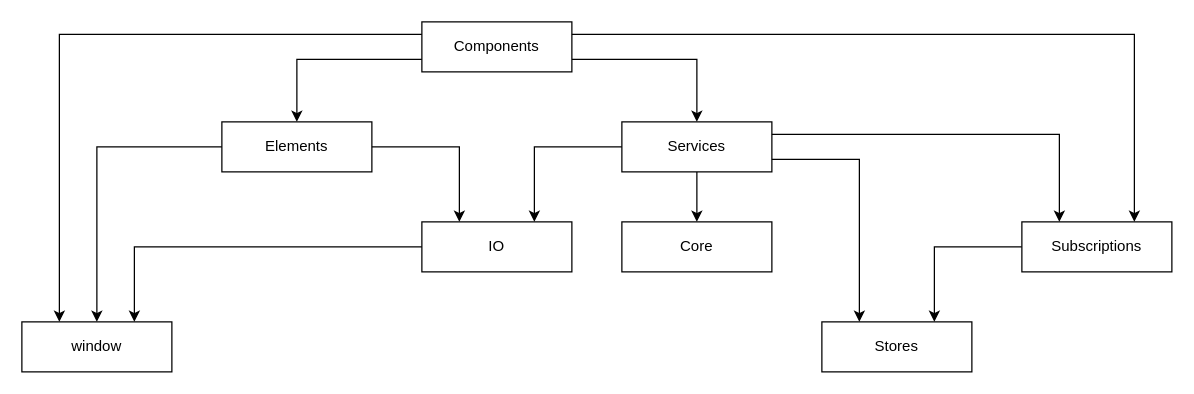
Earlier version of the draw.io diagram docs/architecture.drawio (mattriley/agile-avatars). Source tidied: cells renumbered, new cells numbered last; positions are measured from the earlier drawing's top-left corner, leaving out a move shared by most shapes. Both pictures are drawn from the tidied source at 125%, with x=0, y=0 at pixel (21, 21).
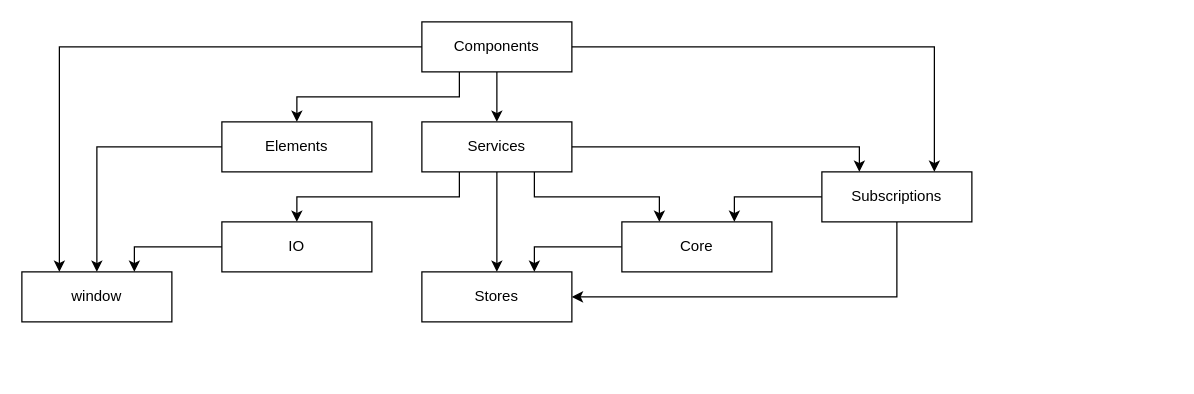
The same diagram, later.

Commit message (it also covers changes not shown here):
change diagram to reflect removal of dependency between elements and io

What changed in the source:
```diff
@@
-    <mxCell id="2" style="group;" parent="1" vertex="1">
-      <mxGeometry width="920" height="280" as="geometry" />
-    </mxCell>
-    <mxCell id="3" value="Services" style="rounded=0;whiteSpace=wrap;html=1;" parent="2" vertex="1">
-      <mxGeometry x="480" y="80" width="120" height="40" as="geometry" />
+    <mxCell id="3" value="Services" style="rounded=0;whiteSpace=wrap;html=1;" parent="1" vertex="1">
+      <mxGeometry x="320" y="80" width="120" height="40" as="geometry" />
     </mxCell>
-    <mxCell id="4" style="edgeStyle=orthogonalEdgeStyle;rounded=0;jettySize=auto;html=1;exitX=1;exitY=0.75;exitDx=0;exitDy=0;entryX=0.5;entryY=0;entryDx=0;entryDy=0;" parent="2" edge="1" source="5" target="3">
+    <mxCell id="4" style="edgeStyle=orthogonalEdgeStyle;rounded=0;jettySize=auto;html=1;exitX=0.5;exitY=1;exitDx=0;exitDy=0;entryX=0.5;entryY=0;entryDx=0;entryDy=0;" parent="1" edge="1" source="5" target="3">
       <mxGeometry relative="1" as="geometry" />
     </mxCell>
-    <mxCell id="5" value="Components" style="rounded=0;whiteSpace=wrap;html=1;" parent="2" vertex="1">
+    <mxCell id="5" value="Components" style="rounded=0;whiteSpace=wrap;html=1;" parent="1" vertex="1">
       <mxGeometry x="320" width="120" height="40" as="geometry" />
     </mxCell>
-    <mxCell id="6" value="Elements" style="rounded=0;whiteSpace=wrap;html=1;" parent="2" vertex="1">
+    <mxCell id="6" value="Elements" style="rounded=0;whiteSpace=wrap;html=1;" parent="1" vertex="1">
       <mxGeometry x="160" y="80" width="120" height="40" as="geometry" />
     </mxCell>
-    <mxCell id="7" style="edgeStyle=orthogonalEdgeStyle;rounded=0;jettySize=auto;html=1;exitX=0;exitY=0.75;exitDx=0;exitDy=0;entryX=0.5;entryY=0;entryDx=0;entryDy=0;" parent="2" edge="1" source="5" target="6">
+    <mxCell id="7" style="edgeStyle=orthogonalEdgeStyle;rounded=0;jettySize=auto;html=1;exitX=0.25;exitY=1;exitDx=0;exitDy=0;entryX=0.5;entryY=0;entryDx=0;entryDy=0;" parent="1" edge="1" source="5" target="6">
       <mxGeometry relative="1" as="geometry" />
     </mxCell>
-    <mxCell id="8" value="Stores" style="rounded=0;whiteSpace=wrap;html=1;" parent="2" vertex="1">
-      <mxGeometry x="640" y="240" width="120" height="40" as="geometry" />
+    <mxCell id="8" value="Stores" style="rounded=0;whiteSpace=wrap;html=1;" parent="1" vertex="1">
+      <mxGeometry x="320" y="200" width="120" height="40" as="geometry" />
     </mxCell>
-    <mxCell id="9" style="edgeStyle=orthogonalEdgeStyle;rounded=0;jettySize=auto;html=1;exitX=1;exitY=0.75;exitDx=0;exitDy=0;entryX=0.25;entryY=0;entryDx=0;entryDy=0;" parent="2" edge="1" source="3" target="8">
+    <mxCell id="9" style="edgeStyle=orthogonalEdgeStyle;rounded=0;jettySize=auto;html=1;exitX=0.5;exitY=1;exitDx=0;exitDy=0;entryX=0.5;entryY=0;entryDx=0;entryDy=0;" parent="1" edge="1" source="3" target="8">
       <mxGeometry relative="1" as="geometry" />
     </mxCell>
-    <mxCell id="10" style="edgeStyle=orthogonalEdgeStyle;rounded=0;jettySize=auto;html=1;entryX=0.75;entryY=0;entryDx=0;entryDy=0;" parent="2" edge="1" source="11" target="8">
+    <mxCell id="10" style="edgeStyle=orthogonalEdgeStyle;rounded=0;jettySize=auto;html=1;entryX=0.75;entryY=0;entryDx=0;entryDy=0;" parent="1" edge="1" source="14" target="8">
       <mxGeometry relative="1" as="geometry" />
     </mxCell>
+    <mxCell id="23" style="edgeStyle=orthogonalEdgeStyle;rounded=0;jettySize=auto;html=1;exitX=0.5;exitY=1;exitDx=0;exitDy=0;entryX=1;entryY=0.5;entryDx=0;entryDy=0;" parent="1" edge="1" source="11" target="8">
+      <mxGeometry relative="1" as="geometry" />
+    </mxCell>
-    <mxCell id="11" value="Subscriptions" style="rounded=0;whiteSpace=wrap;html=1;" parent="2" vertex="1">
-      <mxGeometry x="800" y="160" width="120" height="40" as="geometry" />
+    <mxCell id="11" value="Subscriptions" style="rounded=0;whiteSpace=wrap;html=1;" parent="1" vertex="1">
+      <mxGeometry x="640" y="120" width="120" height="40" as="geometry" />
     </mxCell>
-    <mxCell id="12" style="edgeStyle=orthogonalEdgeStyle;rounded=0;jettySize=auto;html=1;exitX=1;exitY=0.25;exitDx=0;exitDy=0;entryX=0.25;entryY=0;entryDx=0;entryDy=0;" parent="2" edge="1" source="3" target="11">
+    <mxCell id="12" style="edgeStyle=orthogonalEdgeStyle;rounded=0;jettySize=auto;html=1;exitX=1;exitY=0.5;exitDx=0;exitDy=0;entryX=0.25;entryY=0;entryDx=0;entryDy=0;" parent="1" edge="1" source="3" target="11">
       <mxGeometry relative="1" as="geometry" />
     </mxCell>
-    <mxCell id="13" style="edgeStyle=orthogonalEdgeStyle;rounded=0;jettySize=auto;html=1;exitX=1;exitY=0.25;exitDx=0;exitDy=0;entryX=0.75;entryY=0;entryDx=0;entryDy=0;" parent="2" edge="1" source="5" target="11">
+    <mxCell id="13" style="edgeStyle=orthogonalEdgeStyle;rounded=0;jettySize=auto;html=1;exitX=1;exitY=0.5;exitDx=0;exitDy=0;entryX=0.75;entryY=0;entryDx=0;entryDy=0;" parent="1" edge="1" source="5" target="11">
       <mxGeometry relative="1" as="geometry" />
     </mxCell>
-    <mxCell id="14" value="Core" style="rounded=0;whiteSpace=wrap;html=1;" parent="2" vertex="1">
-      <mxGeometry x="480" y="160" width="120" height="40" as="geometry" />
-    </mxCell>
-    <mxCell id="15" style="edgeStyle=orthogonalEdgeStyle;rounded=0;jettySize=auto;html=1;" parent="2" edge="1" source="3" target="14">
+    <mxCell id="15" style="edgeStyle=orthogonalEdgeStyle;rounded=0;jettySize=auto;html=1;exitX=0.75;exitY=1;exitDx=0;exitDy=0;entryX=0.25;entryY=0;entryDx=0;entryDy=0;" parent="1" edge="1" source="3" target="14">
       <mxGeometry relative="1" as="geometry" />
     </mxCell>
-    <mxCell id="16" value="IO" style="rounded=0;whiteSpace=wrap;html=1;" parent="2" vertex="1">
-      <mxGeometry x="320" y="160" width="120" height="40" as="geometry" />
+    <mxCell id="16" value="IO" style="rounded=0;whiteSpace=wrap;html=1;" parent="1" vertex="1">
+      <mxGeometry x="160" y="160" width="120" height="40" as="geometry" />
     </mxCell>
-    <mxCell id="17" style="edgeStyle=orthogonalEdgeStyle;rounded=0;jettySize=auto;html=1;exitX=0;exitY=0.5;exitDx=0;exitDy=0;entryX=0.75;entryY=0;entryDx=0;entryDy=0;" parent="2" edge="1" source="3" target="16">
+    <mxCell id="17" style="edgeStyle=orthogonalEdgeStyle;rounded=0;jettySize=auto;html=1;exitX=0.25;exitY=1;exitDx=0;exitDy=0;entryX=0.5;entryY=0;entryDx=0;entryDy=0;" parent="1" edge="1" source="3" target="16">
       <mxGeometry relative="1" as="geometry" />
     </mxCell>
-    <mxCell id="18" style="edgeStyle=orthogonalEdgeStyle;rounded=0;jettySize=auto;html=1;entryX=0.25;entryY=0;entryDx=0;entryDy=0;" parent="2" edge="1" source="6" target="16">
-      <mxGeometry relative="1" as="geometry" />
-    </mxCell>
-    <mxCell id="19" value="window" style="rounded=0;whiteSpace=wrap;html=1;" parent="2" vertex="1">
-      <mxGeometry y="240" width="120" height="40" as="geometry" />
+    <mxCell id="19" value="window" style="rounded=0;whiteSpace=wrap;html=1;" parent="1" vertex="1">
+      <mxGeometry y="200" width="120" height="40" as="geometry" />
     </mxCell>
-    <mxCell id="20" style="edgeStyle=orthogonalEdgeStyle;rounded=0;jettySize=auto;html=1;exitX=0;exitY=0.25;exitDx=0;exitDy=0;entryX=0.25;entryY=0;entryDx=0;entryDy=0;" parent="2" edge="1" source="5" target="19">
+    <mxCell id="20" style="edgeStyle=orthogonalEdgeStyle;rounded=0;jettySize=auto;html=1;exitX=0;exitY=0.5;exitDx=0;exitDy=0;entryX=0.25;entryY=0;entryDx=0;entryDy=0;" parent="1" edge="1" source="5" target="19">
       <mxGeometry relative="1" as="geometry">
         <Array as="points">
-          <mxPoint x="30" y="10" />
+          <mxPoint x="30" y="20" />
         </Array>
       </mxGeometry>
     </mxCell>
-    <mxCell id="21" style="edgeStyle=orthogonalEdgeStyle;rounded=0;jettySize=auto;html=1;" parent="2" edge="1" source="6" target="19">
+    <mxCell id="21" style="edgeStyle=orthogonalEdgeStyle;rounded=0;jettySize=auto;html=1;" parent="1" edge="1" source="6" target="19">
       <mxGeometry relative="1" as="geometry" />
     </mxCell>
-    <mxCell id="22" style="edgeStyle=orthogonalEdgeStyle;rounded=0;jettySize=auto;html=1;exitX=0;exitY=0.5;exitDx=0;exitDy=0;entryX=0.75;entryY=0;entryDx=0;entryDy=0;" parent="2" edge="1" source="16" target="19">
+    <mxCell id="22" style="edgeStyle=orthogonalEdgeStyle;rounded=0;jettySize=auto;html=1;exitX=0;exitY=0.5;exitDx=0;exitDy=0;entryX=0.75;entryY=0;entryDx=0;entryDy=0;" parent="1" edge="1" source="16" target="19">
       <mxGeometry relative="1" as="geometry" />
     </mxCell>
+    <mxCell id="14" value="Core" style="rounded=0;whiteSpace=wrap;html=1;" parent="1" vertex="1">
+      <mxGeometry x="480" y="160" width="120" height="40" as="geometry" />
+    </mxCell>
+    <mxCell id="24" style="edgeStyle=orthogonalEdgeStyle;rounded=0;jettySize=auto;html=1;entryX=0.75;entryY=0;entryDx=0;entryDy=0;" parent="1" edge="1" source="11" target="14">
+      <mxGeometry relative="1" as="geometry" />
+    </mxCell>
```
